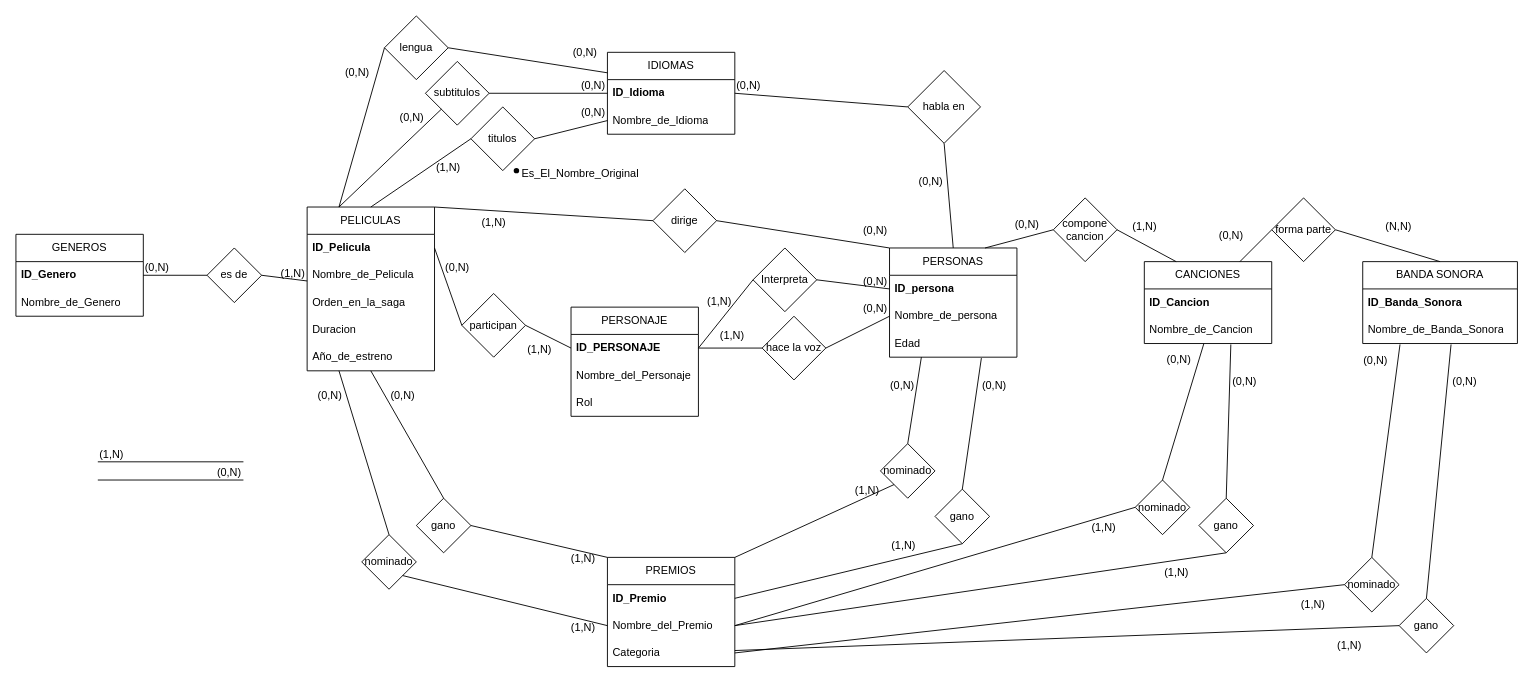
The draw.io diagram omdb.drawio in kolodani/AUS_Base_de_datos, before the edit. Source tidied: cells renumbered, new cells numbered last; positions are measured from the earlier drawing's top-left corner, leaving out a move shared by most shapes. Both pictures are drawn from the tidied source at 91%, with x=0, y=0 at pixel (15, 15).
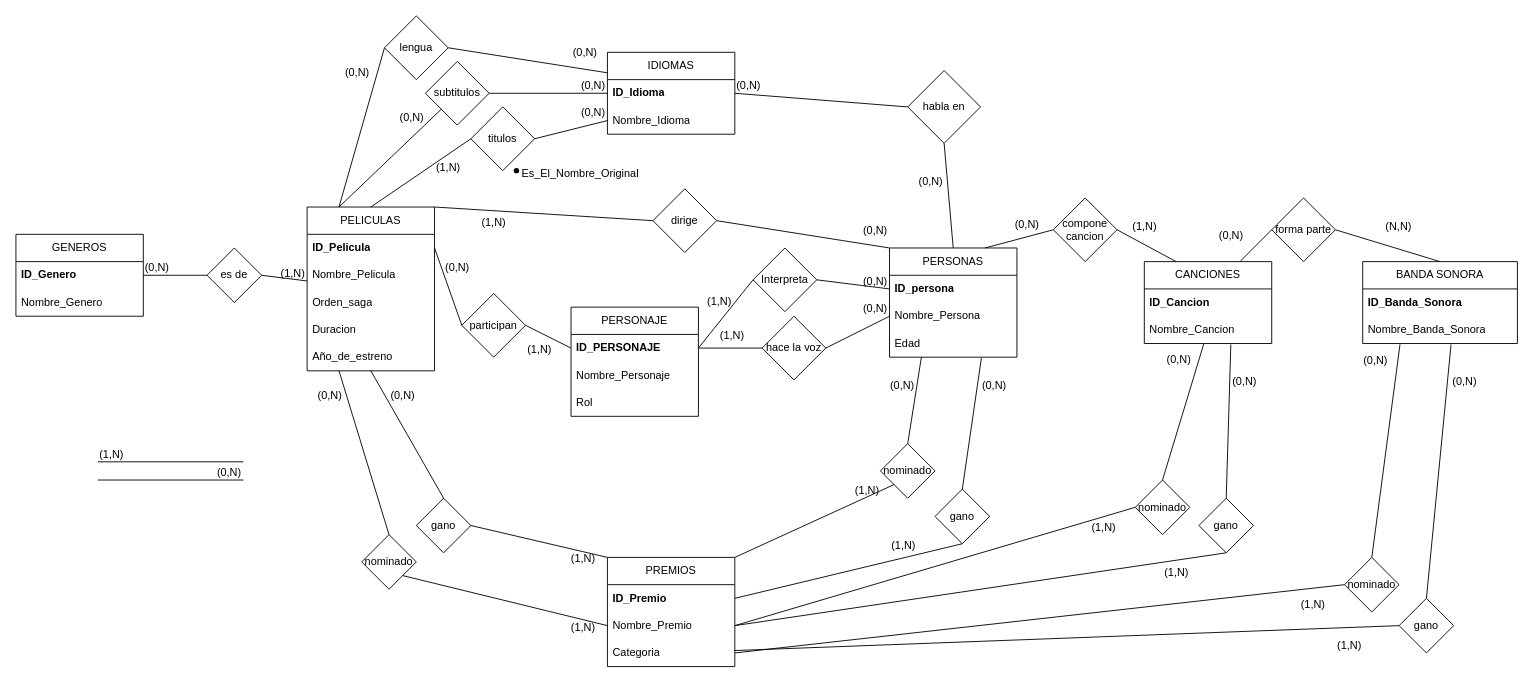
After the change.

Commit message:
correcion en atributos

The change refers to these unchanged cells:
```xml
<mxCell id="2" value="GENEROS" style="swimlane;fontStyle=0;horizontal=1;startSize=30;whiteSpace=wrap;html=1;" parent="1" vertex="1">
  <mxGeometry y="240" width="140" height="90" as="geometry" />
</mxCell>
<mxCell id="5" value="PELICULAS" style="swimlane;fontStyle=0;horizontal=1;startSize=30;whiteSpace=wrap;html=1;" parent="1" vertex="1">
  <mxGeometry x="320" y="210" width="140" height="180" as="geometry" />
</mxCell>
<mxCell id="11" value="PREMIOS" style="swimlane;fontStyle=0;horizontal=1;startSize=30;whiteSpace=wrap;html=1;" parent="1" vertex="1">
  <mxGeometry x="650" y="595" width="140" height="120" as="geometry" />
</mxCell>
<mxCell id="15" value="PERSONAS" style="swimlane;fontStyle=0;horizontal=1;startSize=30;whiteSpace=wrap;html=1;" parent="1" vertex="1">
  <mxGeometry x="960" y="255" width="140" height="120" as="geometry" />
</mxCell>
<mxCell id="19" value="CANCIONES" style="swimlane;fontStyle=0;horizontal=1;startSize=30;whiteSpace=wrap;html=1;" parent="1" vertex="1">
  <mxGeometry x="1240" y="270" width="140" height="90" as="geometry" />
</mxCell>
<mxCell id="26" value="IDIOMAS" style="swimlane;fontStyle=0;horizontal=1;startSize=30;whiteSpace=wrap;html=1;" parent="1" vertex="1">
  <mxGeometry x="650" y="40" width="140" height="90" as="geometry" />
</mxCell>
<mxCell id="39" value="BANDA SONORA" style="swimlane;fontStyle=0;horizontal=1;startSize=30;whiteSpace=wrap;html=1;" parent="1" vertex="1">
  <mxGeometry x="1480" y="270" width="170" height="90" as="geometry" />
</mxCell>
<mxCell id="120" value="PERSONAJE" style="swimlane;fontStyle=0;horizontal=1;startSize=30;whiteSpace=wrap;html=1;" parent="1" vertex="1">
  <mxGeometry x="610" y="320" width="140" height="120" as="geometry" />
</mxCell>
```

What changed in the source:
```diff
@@
-    <mxCell id="4" value="Nombre_de_Genero" style="text;strokeColor=none;fillColor=none;align=left;verticalAlign=middle;spacingLeft=4;spacingRight=4;overflow=hidden;whiteSpace=wrap;html=1;" parent="2" vertex="1">
+    <mxCell id="4" value="Nombre_Genero" style="text;strokeColor=none;fillColor=none;align=left;verticalAlign=middle;spacingLeft=4;spacingRight=4;overflow=hidden;whiteSpace=wrap;html=1;" parent="2" vertex="1">
       <mxGeometry y="60" width="140" height="30" as="geometry" />
     </mxCell>
@@
-    <mxCell id="7" value="Nombre_de_Pelicula&lt;span style=&quot;white-space: pre;&quot;&gt;&#9;&lt;/span&gt;" style="text;strokeColor=none;fillColor=none;align=left;verticalAlign=middle;spacingLeft=4;spacingRight=4;overflow=hidden;whiteSpace=wrap;html=1;" parent="5" vertex="1">
+    <mxCell id="7" value="Nombre_Pelicula&lt;span style=&quot;white-space: pre;&quot;&gt;&#9;&lt;/span&gt;" style="text;strokeColor=none;fillColor=none;align=left;verticalAlign=middle;spacingLeft=4;spacingRight=4;overflow=hidden;whiteSpace=wrap;html=1;" parent="5" vertex="1">
       <mxGeometry y="60" width="140" height="30" as="geometry" />
     </mxCell>
-    <mxCell id="8" value="&lt;div&gt;Orden_en_la_saga&lt;/div&gt;" style="text;strokeColor=none;fillColor=none;align=left;verticalAlign=middle;spacingLeft=4;spacingRight=4;overflow=hidden;whiteSpace=wrap;html=1;" parent="5" vertex="1">
+    <mxCell id="8" value="&lt;div&gt;Orden_saga&lt;/div&gt;" style="text;strokeColor=none;fillColor=none;align=left;verticalAlign=middle;spacingLeft=4;spacingRight=4;overflow=hidden;whiteSpace=wrap;html=1;" parent="5" vertex="1">
       <mxGeometry y="90" width="140" height="30" as="geometry" />
     </mxCell>
@@
-    <mxCell id="13" value="Nombre_del_Premio" style="text;strokeColor=none;fillColor=none;align=left;verticalAlign=middle;spacingLeft=4;spacingRight=4;overflow=hidden;points=[[0,0.5],[1,0.5]];portConstraint=eastwest;whiteSpace=wrap;html=1;" parent="11" vertex="1">
+    <mxCell id="13" value="Nombre_Premio" style="text;strokeColor=none;fillColor=none;align=left;verticalAlign=middle;spacingLeft=4;spacingRight=4;overflow=hidden;points=[[0,0.5],[1,0.5]];portConstraint=eastwest;whiteSpace=wrap;html=1;" parent="11" vertex="1">
       <mxGeometry y="60" width="140" height="30" as="geometry" />
     </mxCell>
@@
-    <mxCell id="17" value="Nombre_de_persona" style="text;strokeColor=none;fillColor=none;align=left;verticalAlign=middle;spacingLeft=4;spacingRight=4;overflow=hidden;points=[[0,0.5],[1,0.5]];portConstraint=eastwest;whiteSpace=wrap;html=1;" parent="15" vertex="1">
+    <mxCell id="17" value="Nombre_Persona" style="text;strokeColor=none;fillColor=none;align=left;verticalAlign=middle;spacingLeft=4;spacingRight=4;overflow=hidden;points=[[0,0.5],[1,0.5]];portConstraint=eastwest;whiteSpace=wrap;html=1;" parent="15" vertex="1">
       <mxGeometry y="60" width="140" height="30" as="geometry" />
     </mxCell>
@@
-    <mxCell id="21" value="Nombre_de_Cancion&lt;span style=&quot;white-space: pre;&quot;&gt;&#9;&lt;/span&gt;" style="text;strokeColor=none;fillColor=none;align=left;verticalAlign=middle;spacingLeft=4;spacingRight=4;overflow=hidden;points=[[0,0.5],[1,0.5]];portConstraint=eastwest;whiteSpace=wrap;html=1;" parent="19" vertex="1">
+    <mxCell id="21" value="Nombre_Cancion&lt;span style=&quot;white-space: pre;&quot;&gt;&#9;&lt;/span&gt;" style="text;strokeColor=none;fillColor=none;align=left;verticalAlign=middle;spacingLeft=4;spacingRight=4;overflow=hidden;points=[[0,0.5],[1,0.5]];portConstraint=eastwest;whiteSpace=wrap;html=1;" parent="19" vertex="1">
       <mxGeometry y="60" width="140" height="30" as="geometry" />
     </mxCell>
@@
-    <mxCell id="28" value="Nombre_de_Idioma" style="text;strokeColor=none;fillColor=none;align=left;verticalAlign=middle;spacingLeft=4;spacingRight=4;overflow=hidden;points=[[0,0.5],[1,0.5]];portConstraint=eastwest;whiteSpace=wrap;html=1;" parent="26" vertex="1">
+    <mxCell id="28" value="Nombre_Idioma" style="text;strokeColor=none;fillColor=none;align=left;verticalAlign=middle;spacingLeft=4;spacingRight=4;overflow=hidden;points=[[0,0.5],[1,0.5]];portConstraint=eastwest;whiteSpace=wrap;html=1;" parent="26" vertex="1">
       <mxGeometry y="60" width="140" height="30" as="geometry" />
     </mxCell>
@@
-    <mxCell id="41" value="Nombre_de_Banda_Sonora" style="text;strokeColor=none;fillColor=none;align=left;verticalAlign=middle;spacingLeft=4;spacingRight=4;overflow=hidden;points=[[0,0.5],[1,0.5]];portConstraint=eastwest;whiteSpace=wrap;html=1;" parent="39" vertex="1">
+    <mxCell id="41" value="Nombre_Banda_Sonora" style="text;strokeColor=none;fillColor=none;align=left;verticalAlign=middle;spacingLeft=4;spacingRight=4;overflow=hidden;points=[[0,0.5],[1,0.5]];portConstraint=eastwest;whiteSpace=wrap;html=1;" parent="39" vertex="1">
       <mxGeometry y="60" width="170" height="30" as="geometry" />
     </mxCell>
@@
-    <mxCell id="122" value="Nombre_del_Personaje" style="text;strokeColor=none;fillColor=none;align=left;verticalAlign=middle;spacingLeft=4;spacingRight=4;overflow=hidden;whiteSpace=wrap;html=1;" parent="120" vertex="1">
+    <mxCell id="122" value="Nombre_Personaje" style="text;strokeColor=none;fillColor=none;align=left;verticalAlign=middle;spacingLeft=4;spacingRight=4;overflow=hidden;whiteSpace=wrap;html=1;" parent="120" vertex="1">
       <mxGeometry y="60" width="140" height="30" as="geometry" />
     </mxCell>
```
